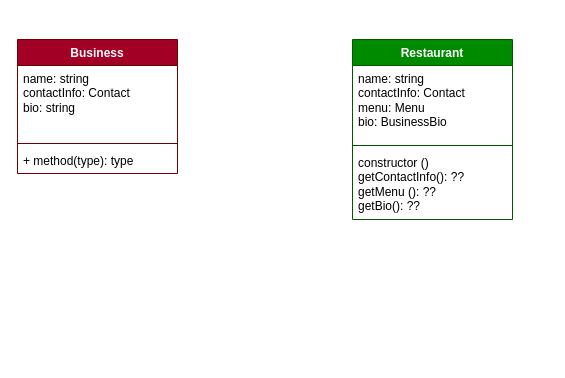
k0nig1/verkauf-konig keeps this draw.io diagram as Restaurant.drawio. Above is the earlier version. Source tidied: cells renumbered, new cells numbered last; positions are measured from the earlier drawing's top-left corner, leaving out a move shared by most shapes. Both pictures are drawn from the tidied source at 100%, with x=0, y=0 at pixel (17, 39).
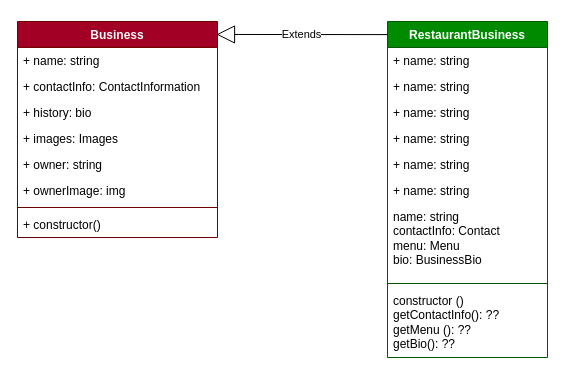
The same diagram, later.

The edit, as a diff of the source:
```diff
@@
-    <mxCell id="2" value="Restaurant" style="swimlane;fontStyle=1;align=center;verticalAlign=top;horizontal=1;startSize=26;whiteSpace=wrap;html=1;fillColor=#008a00;fontColor=#ffffff;strokeColor=#005700;" parent="1" vertex="1">
-      <mxGeometry x="335" width="160" height="180" as="geometry" />
+    <mxCell id="2" value="RestaurantBusiness" style="swimlane;fontStyle=1;align=center;verticalAlign=top;horizontal=1;startSize=26;whiteSpace=wrap;html=1;fillColor=#008a00;fontColor=#ffffff;strokeColor=#005700;" parent="1" vertex="1">
+      <mxGeometry x="370" y="-18" width="160" height="336" as="geometry" />
     </mxCell>
+    <mxCell id="10" value="+ name: string" style="text;strokeColor=none;fillColor=none;align=left;verticalAlign=top;spacingLeft=4;spacingRight=4;overflow=hidden;whiteSpace=wrap;html=1;" parent="2" vertex="1">
+      <mxGeometry y="26" width="160" height="26" as="geometry" />
+    </mxCell>
+    <mxCell id="11" value="+ name: string" style="text;strokeColor=none;fillColor=none;align=left;verticalAlign=top;spacingLeft=4;spacingRight=4;overflow=hidden;whiteSpace=wrap;html=1;" parent="2" vertex="1">
+      <mxGeometry y="52" width="160" height="26" as="geometry" />
+    </mxCell>
+    <mxCell id="12" value="+ name: string" style="text;strokeColor=none;fillColor=none;align=left;verticalAlign=top;spacingLeft=4;spacingRight=4;overflow=hidden;whiteSpace=wrap;html=1;" parent="2" vertex="1">
+      <mxGeometry y="78" width="160" height="26" as="geometry" />
+    </mxCell>
+    <mxCell id="13" value="+ name: string" style="text;strokeColor=none;fillColor=none;align=left;verticalAlign=top;spacingLeft=4;spacingRight=4;overflow=hidden;whiteSpace=wrap;html=1;" parent="2" vertex="1">
+      <mxGeometry y="104" width="160" height="26" as="geometry" />
+    </mxCell>
+    <mxCell id="14" value="+ name: string" style="text;strokeColor=none;fillColor=none;align=left;verticalAlign=top;spacingLeft=4;spacingRight=4;overflow=hidden;whiteSpace=wrap;html=1;" parent="2" vertex="1">
+      <mxGeometry y="130" width="160" height="26" as="geometry" />
+    </mxCell>
+    <mxCell id="15" value="+ name: string" style="text;strokeColor=none;fillColor=none;align=left;verticalAlign=top;spacingLeft=4;spacingRight=4;overflow=hidden;whiteSpace=wrap;html=1;" parent="2" vertex="1">
+      <mxGeometry y="156" width="160" height="26" as="geometry" />
+    </mxCell>
     <mxCell id="3" value="name: string&lt;br&gt;contactInfo: Contact&lt;br&gt;menu: Menu&lt;br&gt;bio: BusinessBio" style="text;strokeColor=none;fillColor=none;align=left;verticalAlign=top;spacingLeft=4;spacingRight=4;overflow=hidden;whiteSpace=wrap;html=1;" parent="2" vertex="1">
-      <mxGeometry y="26" width="160" height="76" as="geometry" />
+      <mxGeometry y="182" width="160" height="76" as="geometry" />
     </mxCell>
     <mxCell id="4" style="line;strokeWidth=1;fillColor=none;align=left;verticalAlign=middle;spacingTop=-1;spacingLeft=3;spacingRight=3;labelPosition=right;strokeColor=inherit;" parent="2" vertex="1">
-      <mxGeometry y="102" width="160" height="8" as="geometry" />
+      <mxGeometry y="258" width="160" height="8" as="geometry" />
     </mxCell>
     <mxCell id="5" value="constructor ()&lt;br&gt;getContactInfo(): ??&lt;br&gt;getMenu (): ??&lt;br&gt;getBio(): ??" style="text;strokeColor=none;fillColor=none;align=left;verticalAlign=top;spacingLeft=4;spacingRight=4;overflow=hidden;whiteSpace=wrap;html=1;" parent="2" vertex="1">
-      <mxGeometry y="110" width="160" height="70" as="geometry" />
+      <mxGeometry y="266" width="160" height="70" as="geometry" />
     </mxCell>
     <mxCell id="6" value="Business" style="swimlane;fontStyle=1;align=center;verticalAlign=top;horizontal=1;startSize=26;whiteSpace=wrap;html=1;fillColor=#a20025;fontColor=#ffffff;strokeColor=#6F0000;" parent="1" vertex="1">
-      <mxGeometry width="160" height="134" as="geometry" />
+      <mxGeometry y="-18" width="200" height="216" as="geometry" />
     </mxCell>
-    <mxCell id="7" value="name: string&lt;br&gt;contactInfo: Contact&lt;br&gt;bio: string" style="text;strokeColor=none;fillColor=none;align=left;verticalAlign=top;spacingLeft=4;spacingRight=4;overflow=hidden;whiteSpace=wrap;html=1;" parent="6" vertex="1">
-      <mxGeometry y="26" width="160" height="74" as="geometry" />
-    </mxCell>
+    <mxCell id="16" value="+ name: string" style="text;strokeColor=none;fillColor=none;align=left;verticalAlign=top;spacingLeft=4;spacingRight=4;overflow=hidden;whiteSpace=wrap;html=1;" parent="6" vertex="1">
+      <mxGeometry y="26" width="200" height="26" as="geometry" />
+    </mxCell>
+    <mxCell id="17" value="+ contactInfo: ContactInformation" style="text;strokeColor=none;fillColor=none;align=left;verticalAlign=top;spacingLeft=4;spacingRight=4;overflow=hidden;whiteSpace=wrap;html=1;" parent="6" vertex="1">
+      <mxGeometry y="52" width="200" height="26" as="geometry" />
+    </mxCell>
+    <mxCell id="18" value="+ history: bio" style="text;strokeColor=none;fillColor=none;align=left;verticalAlign=top;spacingLeft=4;spacingRight=4;overflow=hidden;whiteSpace=wrap;html=1;" parent="6" vertex="1">
+      <mxGeometry y="78" width="200" height="26" as="geometry" />
+    </mxCell>
+    <mxCell id="19" value="+ images: Images" style="text;strokeColor=none;fillColor=none;align=left;verticalAlign=top;spacingLeft=4;spacingRight=4;overflow=hidden;whiteSpace=wrap;html=1;" parent="6" vertex="1">
+      <mxGeometry y="104" width="200" height="26" as="geometry" />
+    </mxCell>
+    <mxCell id="20" value="+ owner: string" style="text;strokeColor=none;fillColor=none;align=left;verticalAlign=top;spacingLeft=4;spacingRight=4;overflow=hidden;whiteSpace=wrap;html=1;" parent="6" vertex="1">
+      <mxGeometry y="130" width="200" height="26" as="geometry" />
+    </mxCell>
+    <mxCell id="21" value="+ ownerImage: img&lt;br&gt;" style="text;strokeColor=none;fillColor=none;align=left;verticalAlign=top;spacingLeft=4;spacingRight=4;overflow=hidden;whiteSpace=wrap;html=1;" parent="6" vertex="1">
+      <mxGeometry y="156" width="200" height="26" as="geometry" />
+    </mxCell>
     <mxCell id="8" style="line;strokeWidth=1;fillColor=none;align=left;verticalAlign=middle;spacingTop=-1;spacingLeft=3;spacingRight=3;labelPosition=right;strokeColor=inherit;" parent="6" vertex="1">
-      <mxGeometry y="100" width="160" height="8" as="geometry" />
+      <mxGeometry y="182" width="200" height="8" as="geometry" />
     </mxCell>
-    <mxCell id="9" value="+ method(type): type" style="text;strokeColor=none;fillColor=none;align=left;verticalAlign=top;spacingLeft=4;spacingRight=4;overflow=hidden;whiteSpace=wrap;html=1;" parent="6" vertex="1">
-      <mxGeometry y="108" width="160" height="26" as="geometry" />
+    <mxCell id="9" value="+ constructor()" style="text;strokeColor=none;fillColor=none;align=left;verticalAlign=top;spacingLeft=4;spacingRight=4;overflow=hidden;whiteSpace=wrap;html=1;" parent="6" vertex="1">
+      <mxGeometry y="190" width="200" height="26" as="geometry" />
     </mxCell>
+    <mxCell id="22" value="Extends" style="endArrow=block;endSize=16;endFill=0;html=1;rounded=0;entryX=0.995;entryY=0.06;entryDx=0;entryDy=0;entryPerimeter=0;exitX=0;exitY=0.039;exitDx=0;exitDy=0;exitPerimeter=0;" parent="1" edge="1" source="2" target="6">
+      <mxGeometry relative="1" as="geometry" />
+    </mxCell>
```
